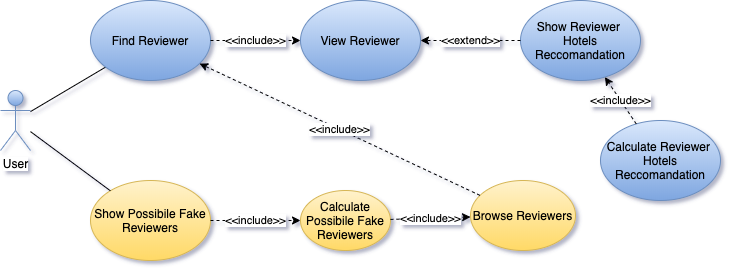
MatteoDJon/Task2LSMDB keeps this draw.io diagram as img/uml_use_case3.png. Above is the earlier version. Source tidied: cells renumbered, new cells last; positions are measured from the earlier drawing's top-left corner, leaving out a move shared by most shapes. Its diagram source:
```xml
<mxGraphModel>
  <root>
    <mxCell id="0" />
    <mxCell id="1" parent="0" />
    <mxCell id="2" value="User" style="shape=umlActor;verticalLabelPosition=bottom;labelBackgroundColor=#ffffff;verticalAlign=top;html=1;outlineConnect=0;gradientColor=#7ea6e0;fillColor=#dae8fc;strokeColor=#6c8ebf;" parent="1" vertex="1">
      <mxGeometry y="90" width="30" height="60" as="geometry" />
    </mxCell>
    <mxCell id="3" value="Show Reviewer&amp;nbsp;&lt;br&gt;Hotels Reccomandation" style="ellipse;whiteSpace=wrap;html=1;gradientColor=#7ea6e0;fillColor=#dae8fc;strokeColor=#6c8ebf;" parent="1" vertex="1">
      <mxGeometry x="520" width="120" height="80" as="geometry" />
    </mxCell>
    <mxCell id="4" value="Show Possibile Fake Reviewers" style="ellipse;whiteSpace=wrap;html=1;gradientColor=#ffd966;fillColor=#fff2cc;strokeColor=#d6b656;" parent="1" vertex="1">
      <mxGeometry x="90" y="180" width="120" height="80" as="geometry" />
    </mxCell>
    <mxCell id="5" style="endArrow=none;html=1;" parent="1" edge="1" source="2" target="4">
      <mxGeometry relative="1" as="geometry" />
    </mxCell>
    <mxCell id="6" style="endArrow=none;html=1;" parent="1" edge="1" source="2" target="11">
      <mxGeometry relative="1" as="geometry" />
    </mxCell>
    <mxCell id="7" value="Calculate&lt;br&gt;Possibile Fake Reviewers" style="ellipse;whiteSpace=wrap;html=1;gradientColor=#ffd966;fillColor=#fff2cc;strokeColor=#d6b656;" parent="1" vertex="1">
      <mxGeometry x="300" y="190" width="90" height="60" as="geometry" />
    </mxCell>
    <mxCell id="8" value="Calculate Reviewer&amp;nbsp;&lt;br&gt;Hotels Reccomandation" style="ellipse;whiteSpace=wrap;html=1;gradientColor=#7ea6e0;fillColor=#dae8fc;strokeColor=#6c8ebf;" parent="1" vertex="1">
      <mxGeometry x="600" y="120" width="120" height="80" as="geometry" />
    </mxCell>
    <mxCell id="9" value="&amp;lt;&amp;lt;include&amp;gt;&amp;gt;" style="endArrow=classic;html=1;dashed=1;" parent="1" edge="1" source="8" target="3">
      <mxGeometry relative="1" as="geometry" />
    </mxCell>
    <mxCell id="10" value="&amp;lt;&amp;lt;include&amp;gt;&amp;gt;" style="endArrow=classic;html=1;dashed=1;" parent="1" edge="1" source="4" target="7">
      <mxGeometry relative="1" as="geometry" />
    </mxCell>
    <mxCell id="11" value="Find Reviewer" style="ellipse;whiteSpace=wrap;html=1;gradientColor=#7ea6e0;fillColor=#dae8fc;strokeColor=#6c8ebf;" parent="1" vertex="1">
      <mxGeometry x="90" width="120" height="80" as="geometry" />
    </mxCell>
    <mxCell id="12" value="&amp;lt;&amp;lt;extend&amp;gt;&amp;gt;" style="endArrow=classic;html=1;dashed=1;" parent="1" edge="1" source="3" target="13">
      <mxGeometry relative="1" as="geometry" />
    </mxCell>
    <mxCell id="13" value="View Reviewer" style="ellipse;whiteSpace=wrap;html=1;gradientColor=#7ea6e0;fillColor=#dae8fc;strokeColor=#6c8ebf;" parent="1" vertex="1">
      <mxGeometry x="300" width="120" height="80" as="geometry" />
    </mxCell>
    <mxCell id="14" value="&amp;lt;&amp;lt;include&amp;gt;&amp;gt;" style="endArrow=classic;html=1;dashed=1;" parent="1" edge="1" source="11" target="13">
      <mxGeometry relative="1" as="geometry" />
    </mxCell>
    <mxCell id="15" value="Browse Reviewers" style="ellipse;whiteSpace=wrap;html=1;gradientColor=#ffd966;fillColor=#fff2cc;strokeColor=#d6b656;" parent="1" vertex="1">
      <mxGeometry x="470" y="180" width="105" height="70" as="geometry" />
    </mxCell>
    <mxCell id="16" value="&amp;lt;&amp;lt;include&amp;gt;&amp;gt;" style="endArrow=classic;html=1;dashed=1;" parent="1" edge="1" source="7" target="15">
      <mxGeometry relative="1" as="geometry" />
    </mxCell>
    <mxCell id="17" value="&amp;lt;&amp;lt;include&amp;gt;&amp;gt;" style="endArrow=classic;html=1;dashed=1;" parent="1" edge="1" source="15" target="11">
      <mxGeometry relative="1" as="geometry" />
    </mxCell>
  </root>
</mxGraphModel>
```
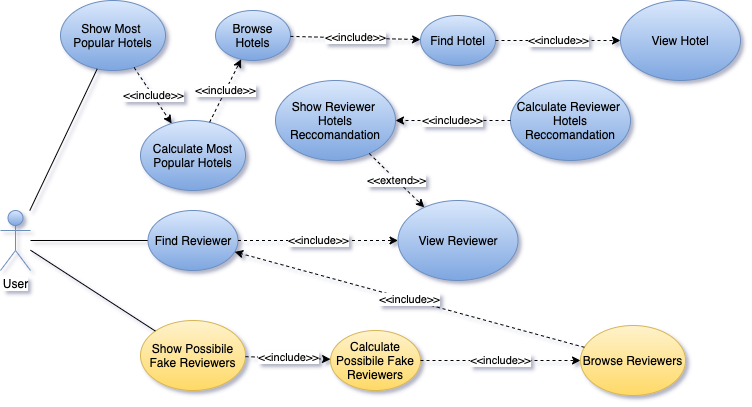
After the change.

What changed in the source:
```diff
@@ -6,10 +6,10 @@
       <mxGeometry y="90" width="30" height="60" as="geometry" />
     </mxCell>
     <mxCell id="3" value="Show Reviewer&amp;nbsp;&lt;br&gt;Hotels Reccomandation" style="ellipse;whiteSpace=wrap;html=1;gradientColor=#7ea6e0;fillColor=#dae8fc;strokeColor=#6c8ebf;" parent="1" vertex="1">
-      <mxGeometry x="520" width="120" height="80" as="geometry" />
+      <mxGeometry x="275" y="-40" width="120" height="80" as="geometry" />
     </mxCell>
     <mxCell id="4" value="Show Possibile Fake Reviewers" style="ellipse;whiteSpace=wrap;html=1;gradientColor=#ffd966;fillColor=#fff2cc;strokeColor=#d6b656;" parent="1" vertex="1">
-      <mxGeometry x="90" y="180" width="120" height="80" as="geometry" />
+      <mxGeometry x="140" y="200" width="105" height="70" as="geometry" />
     </mxCell>
     <mxCell id="5" style="endArrow=none;html=1;" parent="1" edge="1" source="2" target="4">
       <mxGeometry relative="1" as="geometry" />
@@ -18,10 +18,10 @@
       <mxGeometry relative="1" as="geometry" />
     </mxCell>
     <mxCell id="7" value="Calculate&lt;br&gt;Possibile Fake Reviewers" style="ellipse;whiteSpace=wrap;html=1;gradientColor=#ffd966;fillColor=#fff2cc;strokeColor=#d6b656;" parent="1" vertex="1">
-      <mxGeometry x="300" y="190" width="90" height="60" as="geometry" />
+      <mxGeometry x="330" y="210" width="90" height="60" as="geometry" />
     </mxCell>
     <mxCell id="8" value="Calculate Reviewer&amp;nbsp;&lt;br&gt;Hotels Reccomandation" style="ellipse;whiteSpace=wrap;html=1;gradientColor=#7ea6e0;fillColor=#dae8fc;strokeColor=#6c8ebf;" parent="1" vertex="1">
-      <mxGeometry x="600" y="120" width="120" height="80" as="geometry" />
+      <mxGeometry x="510" y="-40" width="120" height="80" as="geometry" />
     </mxCell>
     <mxCell id="9" value="&amp;lt;&amp;lt;include&amp;gt;&amp;gt;" style="endArrow=classic;html=1;dashed=1;" parent="1" edge="1" source="8" target="3">
       <mxGeometry relative="1" as="geometry" />
@@ -30,19 +30,19 @@
       <mxGeometry relative="1" as="geometry" />
     </mxCell>
     <mxCell id="11" value="Find Reviewer" style="ellipse;whiteSpace=wrap;html=1;gradientColor=#7ea6e0;fillColor=#dae8fc;strokeColor=#6c8ebf;" parent="1" vertex="1">
-      <mxGeometry x="90" width="120" height="80" as="geometry" />
+      <mxGeometry x="147.5" y="90" width="90" height="60" as="geometry" />
     </mxCell>
     <mxCell id="12" value="&amp;lt;&amp;lt;extend&amp;gt;&amp;gt;" style="endArrow=classic;html=1;dashed=1;" parent="1" edge="1" source="3" target="13">
       <mxGeometry relative="1" as="geometry" />
     </mxCell>
     <mxCell id="13" value="View Reviewer" style="ellipse;whiteSpace=wrap;html=1;gradientColor=#7ea6e0;fillColor=#dae8fc;strokeColor=#6c8ebf;" parent="1" vertex="1">
-      <mxGeometry x="300" width="120" height="80" as="geometry" />
+      <mxGeometry x="397.5" y="80" width="120" height="80" as="geometry" />
     </mxCell>
     <mxCell id="14" value="&amp;lt;&amp;lt;include&amp;gt;&amp;gt;" style="endArrow=classic;html=1;dashed=1;" parent="1" edge="1" source="11" target="13">
       <mxGeometry relative="1" as="geometry" />
     </mxCell>
     <mxCell id="15" value="Browse Reviewers" style="ellipse;whiteSpace=wrap;html=1;gradientColor=#ffd966;fillColor=#fff2cc;strokeColor=#d6b656;" parent="1" vertex="1">
-      <mxGeometry x="470" y="180" width="105" height="70" as="geometry" />
+      <mxGeometry x="580" y="205" width="105" height="70" as="geometry" />
     </mxCell>
     <mxCell id="16" value="&amp;lt;&amp;lt;include&amp;gt;&amp;gt;" style="endArrow=classic;html=1;dashed=1;" parent="1" edge="1" source="7" target="15">
       <mxGeometry relative="1" as="geometry" />
@@ -50,5 +50,35 @@
     <mxCell id="17" value="&amp;lt;&amp;lt;include&amp;gt;&amp;gt;" style="endArrow=classic;html=1;dashed=1;" parent="1" edge="1" source="15" target="11">
       <mxGeometry relative="1" as="geometry" />
     </mxCell>
+    <mxCell id="18" value="Show Most &lt;br&gt;Popular Hotels" style="ellipse;whiteSpace=wrap;html=1;gradientColor=#7ea6e0;fillColor=#dae8fc;strokeColor=#6c8ebf;" parent="1" vertex="1">
+      <mxGeometry x="60" y="-120" width="105" height="70" as="geometry" />
+    </mxCell>
+    <mxCell id="19" style="endArrow=none;html=1;" parent="1" edge="1" source="2" target="18">
+      <mxGeometry relative="1" as="geometry" />
+    </mxCell>
+    <mxCell id="20" value="&amp;lt;&amp;lt;include&amp;gt;&amp;gt;" style="endArrow=classic;html=1;dashed=1;" parent="1" edge="1" source="18" target="21">
+      <mxGeometry relative="1" as="geometry" />
+    </mxCell>
+    <mxCell id="21" value="Calculate Most&lt;br&gt;Popular Hotels" style="ellipse;whiteSpace=wrap;html=1;gradientColor=#7ea6e0;fillColor=#dae8fc;strokeColor=#6c8ebf;" parent="1" vertex="1">
+      <mxGeometry x="140" width="105" height="70" as="geometry" />
+    </mxCell>
+    <mxCell id="22" value="Browse&lt;br&gt;Hotels" style="ellipse;whiteSpace=wrap;html=1;gradientColor=#7ea6e0;fillColor=#dae8fc;strokeColor=#6c8ebf;" parent="1" vertex="1">
+      <mxGeometry x="215" y="-110" width="75" height="50" as="geometry" />
+    </mxCell>
+    <mxCell id="23" value="Find Hotel" style="ellipse;whiteSpace=wrap;html=1;gradientColor=#7ea6e0;fillColor=#dae8fc;strokeColor=#6c8ebf;" parent="1" vertex="1">
+      <mxGeometry x="420" y="-105" width="75" height="50" as="geometry" />
+    </mxCell>
+    <mxCell id="24" value="View Hotel" style="ellipse;whiteSpace=wrap;html=1;gradientColor=#7ea6e0;fillColor=#dae8fc;strokeColor=#6c8ebf;" parent="1" vertex="1">
+      <mxGeometry x="620" y="-120" width="120" height="80" as="geometry" />
+    </mxCell>
+    <mxCell id="25" value="&amp;lt;&amp;lt;include&amp;gt;&amp;gt;" style="endArrow=classic;html=1;dashed=1;" parent="1" edge="1" source="21" target="22">
+      <mxGeometry relative="1" as="geometry" />
+    </mxCell>
+    <mxCell id="26" value="&amp;lt;&amp;lt;include&amp;gt;&amp;gt;" style="endArrow=classic;html=1;dashed=1;" parent="1" edge="1" source="22" target="23">
+      <mxGeometry relative="1" as="geometry" />
+    </mxCell>
+    <mxCell id="27" value="&amp;lt;&amp;lt;include&amp;gt;&amp;gt;" style="endArrow=classic;html=1;dashed=1;" parent="1" edge="1" source="23" target="24">
+      <mxGeometry relative="1" as="geometry" />
+    </mxCell>
   </root>
 </mxGraphModel>
```
